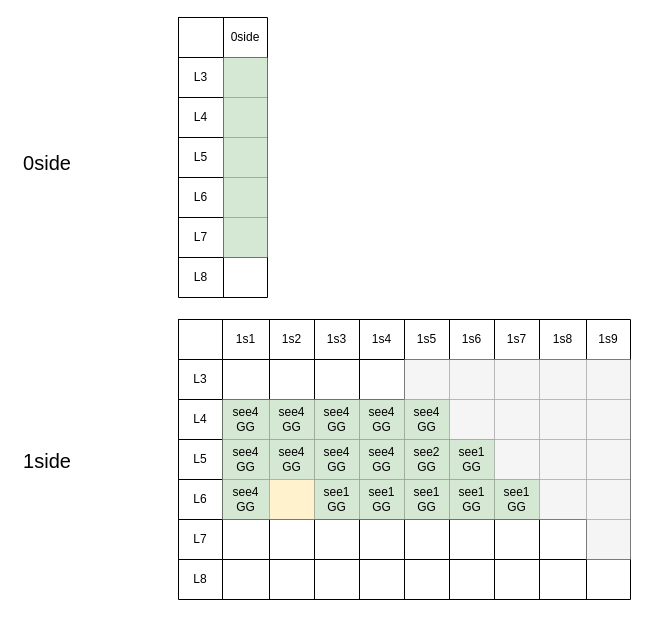
Earlier version of the draw.io diagram page "012side" (1 of 7) of Drawio/觀察 Pyramid Exps7_v3.drawio (KongBOy/kong_model2). Source tidied: cells renumbered, new cells numbered last; positions are measured from the earlier drawing's top-left corner, leaving out a move shared by most shapes. Both pictures are drawn from the tidied source at 100%, with x=0, y=0 at pixel (17, 17).
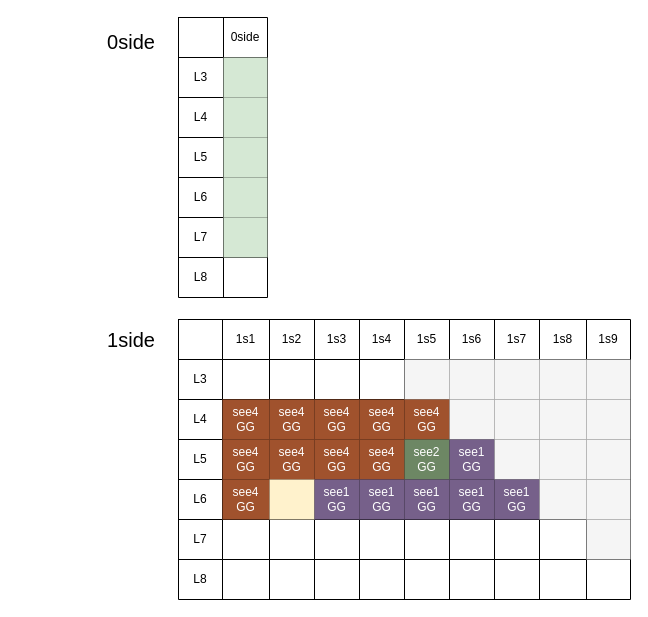
After the change.

The change refers to these unchanged cells:
```xml
<mxCell id="47" style="shape=tableRow;horizontal=0;startSize=0;swimlaneHead=0;swimlaneBody=0;top=0;left=0;bottom=0;right=0;fillColor=none;" parent="24" vertex="1">
  <mxGeometry y="80" width="452" height="40" as="geometry" />
</mxCell>
<mxCell id="58" style="shape=tableRow;horizontal=0;startSize=0;swimlaneHead=0;swimlaneBody=0;top=0;left=0;bottom=0;right=0;fillColor=none;" parent="24" vertex="1">
  <mxGeometry y="120" width="452" height="40" as="geometry" />
</mxCell>
<mxCell id="69" style="shape=tableRow;horizontal=0;startSize=0;swimlaneHead=0;swimlaneBody=0;top=0;left=0;bottom=0;right=0;fillColor=none;" parent="24" vertex="1">
  <mxGeometry y="160" width="452" height="40" as="geometry" />
</mxCell>
```

Diff of the diagram source:
```diff
@@
-    <mxCell id="49" value="see4&lt;br&gt;GG" style="shape=partialRectangle;html=1;whiteSpace=wrap;overflow=hidden;fillColor=#d5e8d4;top=0;left=0;bottom=0;right=0;strokeColor=#82b366;" parent="47" vertex="1">
+    <mxCell id="49" value="see4&lt;br&gt;GG" style="shape=partialRectangle;html=1;whiteSpace=wrap;overflow=hidden;fillColor=#a0522d;top=0;left=0;bottom=0;right=0;strokeColor=#6D1F00;fontColor=#ffffff;" parent="47" vertex="1">
       <mxGeometry x="44" width="47" height="40" as="geometry" />
     </mxCell>
-    <mxCell id="50" value="see4&lt;br&gt;GG" style="shape=partialRectangle;html=1;whiteSpace=wrap;overflow=hidden;fillColor=#d5e8d4;top=0;left=0;bottom=0;right=0;strokeColor=#82b366;" parent="47" vertex="1">
+    <mxCell id="50" value="see4&lt;br&gt;GG" style="shape=partialRectangle;html=1;whiteSpace=wrap;overflow=hidden;fillColor=#a0522d;top=0;left=0;bottom=0;right=0;strokeColor=#6D1F00;fontColor=#ffffff;" parent="47" vertex="1">
       <mxGeometry x="91" width="45" height="40" as="geometry" />
     </mxCell>
-    <mxCell id="51" value="see4&lt;br&gt;GG" style="shape=partialRectangle;html=1;whiteSpace=wrap;overflow=hidden;fillColor=#d5e8d4;top=0;left=0;bottom=0;right=0;strokeColor=#82b366;" parent="47" vertex="1">
+    <mxCell id="51" value="see4&lt;br&gt;GG" style="shape=partialRectangle;html=1;whiteSpace=wrap;overflow=hidden;fillColor=#a0522d;top=0;left=0;bottom=0;right=0;strokeColor=#6D1F00;fontColor=#ffffff;" parent="47" vertex="1">
       <mxGeometry x="136" width="45" height="40" as="geometry" />
     </mxCell>
-    <mxCell id="52" value="see4&lt;br&gt;GG" style="shape=partialRectangle;html=1;whiteSpace=wrap;overflow=hidden;fillColor=#d5e8d4;top=0;left=0;bottom=0;right=0;strokeColor=#82b366;" parent="47" vertex="1">
+    <mxCell id="52" value="see4&lt;br&gt;GG" style="shape=partialRectangle;html=1;whiteSpace=wrap;overflow=hidden;fillColor=#a0522d;top=0;left=0;bottom=0;right=0;strokeColor=#6D1F00;fontColor=#ffffff;" parent="47" vertex="1">
       <mxGeometry x="181" width="45" height="40" as="geometry" />
     </mxCell>
-    <mxCell id="53" value="see4&lt;br&gt;GG" style="shape=partialRectangle;html=1;whiteSpace=wrap;overflow=hidden;fillColor=#d5e8d4;top=0;left=0;bottom=0;right=0;strokeColor=#82b366;" parent="47" vertex="1">
+    <mxCell id="53" value="see4&lt;br&gt;GG" style="shape=partialRectangle;html=1;whiteSpace=wrap;overflow=hidden;fillColor=#a0522d;top=0;left=0;bottom=0;right=0;strokeColor=#6D1F00;fontColor=#ffffff;" parent="47" vertex="1">
       <mxGeometry x="226" width="45" height="40" as="geometry" />
     </mxCell>
@@
-    <mxCell id="60" value="&lt;span&gt;see4&lt;/span&gt;&lt;br&gt;&lt;span&gt;GG&lt;/span&gt;" style="shape=partialRectangle;html=1;whiteSpace=wrap;overflow=hidden;fillColor=#d5e8d4;top=0;left=0;bottom=0;right=0;strokeColor=#82b366;" parent="58" vertex="1">
+    <mxCell id="60" value="&lt;span&gt;see4&lt;/span&gt;&lt;br&gt;&lt;span&gt;GG&lt;/span&gt;" style="shape=partialRectangle;html=1;whiteSpace=wrap;overflow=hidden;fillColor=#a0522d;top=0;left=0;bottom=0;right=0;strokeColor=#6D1F00;fontColor=#ffffff;" parent="58" vertex="1">
       <mxGeometry x="44" width="47" height="40" as="geometry" />
     </mxCell>
-    <mxCell id="61" value="&lt;span&gt;see4&lt;/span&gt;&lt;br&gt;&lt;span&gt;GG&lt;/span&gt;" style="shape=partialRectangle;html=1;whiteSpace=wrap;overflow=hidden;fillColor=#d5e8d4;top=0;left=0;bottom=0;right=0;strokeColor=#82b366;" parent="58" vertex="1">
+    <mxCell id="61" value="&lt;span&gt;see4&lt;/span&gt;&lt;br&gt;&lt;span&gt;GG&lt;/span&gt;" style="shape=partialRectangle;html=1;whiteSpace=wrap;overflow=hidden;fillColor=#a0522d;top=0;left=0;bottom=0;right=0;strokeColor=#6D1F00;fontColor=#ffffff;" parent="58" vertex="1">
       <mxGeometry x="91" width="45" height="40" as="geometry" />
     </mxCell>
-    <mxCell id="62" value="&lt;span&gt;see4&lt;/span&gt;&lt;br&gt;&lt;span&gt;GG&lt;/span&gt;" style="shape=partialRectangle;html=1;whiteSpace=wrap;overflow=hidden;fillColor=#d5e8d4;top=0;left=0;bottom=0;right=0;strokeColor=#82b366;" parent="58" vertex="1">
+    <mxCell id="62" value="&lt;span&gt;see4&lt;/span&gt;&lt;br&gt;&lt;span&gt;GG&lt;/span&gt;" style="shape=partialRectangle;html=1;whiteSpace=wrap;overflow=hidden;fillColor=#a0522d;top=0;left=0;bottom=0;right=0;strokeColor=#6D1F00;fontColor=#ffffff;" parent="58" vertex="1">
       <mxGeometry x="136" width="45" height="40" as="geometry" />
     </mxCell>
-    <mxCell id="63" value="&lt;span&gt;see4&lt;/span&gt;&lt;br&gt;&lt;span&gt;GG&lt;/span&gt;" style="shape=partialRectangle;html=1;whiteSpace=wrap;overflow=hidden;fillColor=#d5e8d4;top=0;left=0;bottom=0;right=0;strokeColor=#82b366;" parent="58" vertex="1">
+    <mxCell id="63" value="&lt;span&gt;see4&lt;/span&gt;&lt;br&gt;&lt;span&gt;GG&lt;/span&gt;" style="shape=partialRectangle;html=1;whiteSpace=wrap;overflow=hidden;fillColor=#a0522d;top=0;left=0;bottom=0;right=0;strokeColor=#6D1F00;fontColor=#ffffff;" parent="58" vertex="1">
       <mxGeometry x="181" width="45" height="40" as="geometry" />
     </mxCell>
-    <mxCell id="64" value="&lt;span&gt;see2&lt;/span&gt;&lt;br&gt;&lt;span&gt;GG&lt;/span&gt;" style="shape=partialRectangle;html=1;whiteSpace=wrap;overflow=hidden;fillColor=#d5e8d4;top=0;left=0;bottom=0;right=0;strokeColor=#82b366;" parent="58" vertex="1">
+    <mxCell id="64" value="&lt;span&gt;see2&lt;/span&gt;&lt;br&gt;&lt;span&gt;GG&lt;/span&gt;" style="shape=partialRectangle;html=1;whiteSpace=wrap;overflow=hidden;fillColor=#6d8764;top=0;left=0;bottom=0;right=0;strokeColor=#3A5431;fontColor=#ffffff;" parent="58" vertex="1">
       <mxGeometry x="226" width="45" height="40" as="geometry" />
     </mxCell>
-    <mxCell id="65" value="&lt;span&gt;see1&lt;/span&gt;&lt;br&gt;&lt;span&gt;GG&lt;/span&gt;" style="shape=partialRectangle;html=1;whiteSpace=wrap;overflow=hidden;fillColor=#d5e8d4;top=0;left=0;bottom=0;right=0;strokeColor=#82b366;" parent="58" vertex="1">
+    <mxCell id="65" value="&lt;span&gt;see1&lt;/span&gt;&lt;br&gt;&lt;span&gt;GG&lt;/span&gt;" style="shape=partialRectangle;html=1;whiteSpace=wrap;overflow=hidden;fillColor=#76608a;top=0;left=0;bottom=0;right=0;strokeColor=#432D57;fontColor=#ffffff;" parent="58" vertex="1">
       <mxGeometry x="271" width="45" height="40" as="geometry" />
     </mxCell>
@@
-    <mxCell id="71" value="&lt;span&gt;see4&lt;/span&gt;&lt;br&gt;&lt;span&gt;GG&lt;/span&gt;" style="shape=partialRectangle;html=1;whiteSpace=wrap;overflow=hidden;fillColor=#d5e8d4;top=0;left=0;bottom=0;right=0;strokeColor=#82b366;" parent="69" vertex="1">
+    <mxCell id="71" value="&lt;span&gt;see4&lt;/span&gt;&lt;br&gt;&lt;span&gt;GG&lt;/span&gt;" style="shape=partialRectangle;html=1;whiteSpace=wrap;overflow=hidden;fillColor=#a0522d;top=0;left=0;bottom=0;right=0;strokeColor=#6D1F00;fontColor=#ffffff;" parent="69" vertex="1">
       <mxGeometry x="44" width="47" height="40" as="geometry" />
     </mxCell>
@@
-    <mxCell id="73" value="&lt;span&gt;see1&lt;/span&gt;&lt;br&gt;&lt;span&gt;GG&lt;/span&gt;" style="shape=partialRectangle;html=1;whiteSpace=wrap;overflow=hidden;fillColor=#d5e8d4;top=0;left=0;bottom=0;right=0;strokeColor=#82b366;" parent="69" vertex="1">
+    <mxCell id="73" value="&lt;span&gt;see1&lt;/span&gt;&lt;br&gt;&lt;span&gt;GG&lt;/span&gt;" style="shape=partialRectangle;html=1;whiteSpace=wrap;overflow=hidden;fillColor=#76608a;top=0;left=0;bottom=0;right=0;strokeColor=#432D57;fontColor=#ffffff;" parent="69" vertex="1">
       <mxGeometry x="136" width="45" height="40" as="geometry" />
     </mxCell>
-    <mxCell id="74" value="&lt;span&gt;see1&lt;/span&gt;&lt;br&gt;&lt;span&gt;GG&lt;/span&gt;" style="shape=partialRectangle;html=1;whiteSpace=wrap;overflow=hidden;fillColor=#d5e8d4;top=0;left=0;bottom=0;right=0;strokeColor=#82b366;" parent="69" vertex="1">
+    <mxCell id="74" value="&lt;span&gt;see1&lt;/span&gt;&lt;br&gt;&lt;span&gt;GG&lt;/span&gt;" style="shape=partialRectangle;html=1;whiteSpace=wrap;overflow=hidden;fillColor=#76608a;top=0;left=0;bottom=0;right=0;strokeColor=#432D57;fontColor=#ffffff;" parent="69" vertex="1">
       <mxGeometry x="181" width="45" height="40" as="geometry" />
     </mxCell>
-    <mxCell id="75" value="&lt;span&gt;see1&lt;/span&gt;&lt;br&gt;&lt;span&gt;GG&lt;/span&gt;" style="shape=partialRectangle;html=1;whiteSpace=wrap;overflow=hidden;fillColor=#d5e8d4;top=0;left=0;bottom=0;right=0;strokeColor=#82b366;" parent="69" vertex="1">
+    <mxCell id="75" value="&lt;span&gt;see1&lt;/span&gt;&lt;br&gt;&lt;span&gt;GG&lt;/span&gt;" style="shape=partialRectangle;html=1;whiteSpace=wrap;overflow=hidden;fillColor=#76608a;top=0;left=0;bottom=0;right=0;strokeColor=#432D57;fontColor=#ffffff;" parent="69" vertex="1">
       <mxGeometry x="226" width="45" height="40" as="geometry" />
     </mxCell>
-    <mxCell id="76" value="&lt;span&gt;see1&lt;/span&gt;&lt;br&gt;&lt;span&gt;GG&lt;/span&gt;" style="shape=partialRectangle;html=1;whiteSpace=wrap;overflow=hidden;fillColor=#d5e8d4;top=0;left=0;bottom=0;right=0;strokeColor=#82b366;" parent="69" vertex="1">
+    <mxCell id="76" value="&lt;span&gt;see1&lt;/span&gt;&lt;br&gt;&lt;span&gt;GG&lt;/span&gt;" style="shape=partialRectangle;html=1;whiteSpace=wrap;overflow=hidden;fillColor=#76608a;top=0;left=0;bottom=0;right=0;strokeColor=#432D57;fontColor=#ffffff;" parent="69" vertex="1">
       <mxGeometry x="271" width="45" height="40" as="geometry" />
     </mxCell>
-    <mxCell id="77" value="&lt;span&gt;see1&lt;/span&gt;&lt;br&gt;&lt;span&gt;GG&lt;/span&gt;" style="shape=partialRectangle;html=1;whiteSpace=wrap;overflow=hidden;fillColor=#d5e8d4;top=0;left=0;bottom=0;right=0;strokeColor=#82b366;" parent="69" vertex="1">
+    <mxCell id="77" value="&lt;span&gt;see1&lt;/span&gt;&lt;br&gt;&lt;span&gt;GG&lt;/span&gt;" style="shape=partialRectangle;html=1;whiteSpace=wrap;overflow=hidden;fillColor=#76608a;top=0;left=0;bottom=0;right=0;strokeColor=#432D57;fontColor=#ffffff;" parent="69" vertex="1">
       <mxGeometry x="316" width="45" height="40" as="geometry" />
     </mxCell>
@@
     <mxCell id="102" value="0side" style="text;html=1;strokeColor=none;fillColor=none;align=center;verticalAlign=middle;whiteSpace=wrap;rounded=0;fontSize=20;" parent="1" vertex="1">
-      <mxGeometry y="130" width="60" height="30" as="geometry" />
+      <mxGeometry x="84" y="9" width="60" height="30" as="geometry" />
     </mxCell>
     <mxCell id="103" value="1side" style="text;html=1;strokeColor=none;fillColor=none;align=center;verticalAlign=middle;whiteSpace=wrap;rounded=0;fontSize=20;" parent="1" vertex="1">
-      <mxGeometry y="428" width="60" height="30" as="geometry" />
+      <mxGeometry x="84" y="307" width="60" height="30" as="geometry" />
     </mxCell>
```
